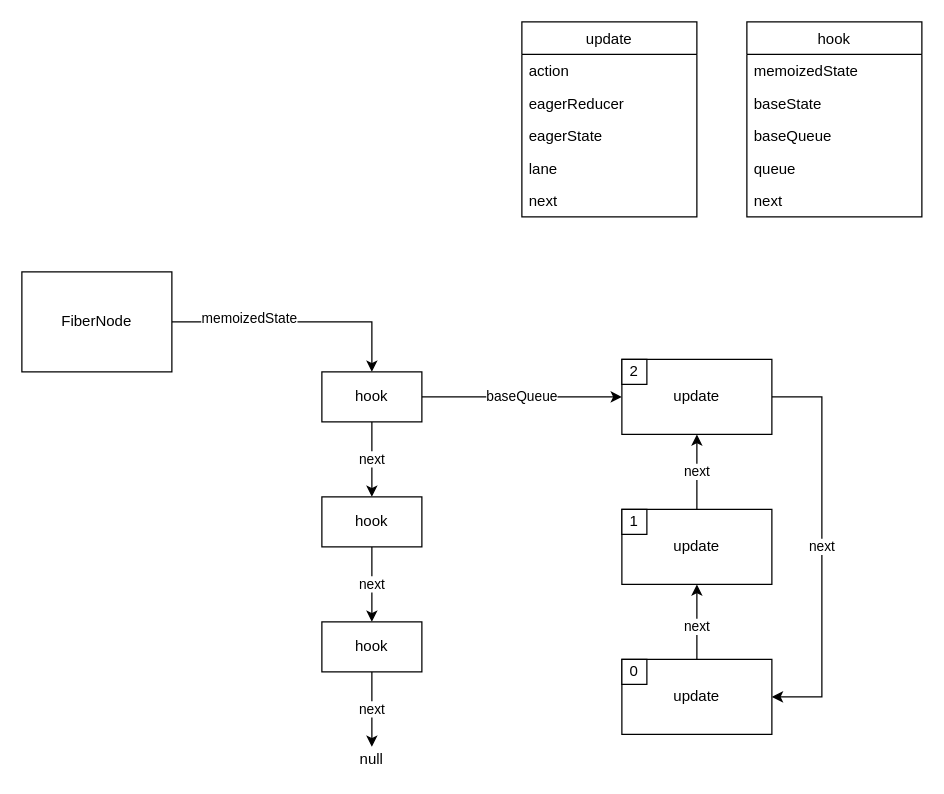
Before: react_hooks.drawio in jiubao/note, a draw.io diagram. Source tidied: cells renumbered, new cells numbered last; positions are measured from the earlier drawing's top-left corner, leaving out a move shared by most shapes. Both pictures are drawn from the tidied source at 125%, with x=0, y=0 at pixel (21, 21).
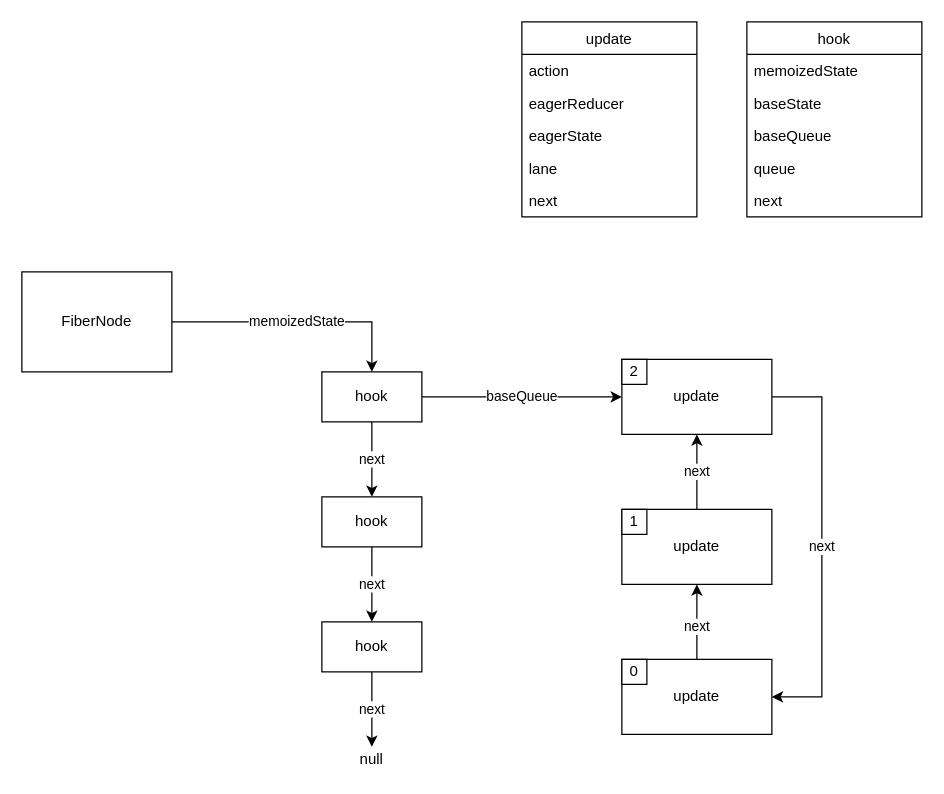
The same page after the edit.

Unchanged cells that the change refers to:
```xml
<mxCell id="4" value="FiberNode" style="rounded=0;whiteSpace=wrap;html=1;verticalAlign=middle;align=center;" parent="1" vertex="1">
  <mxGeometry y="200" width="120" height="80" as="geometry" />
</mxCell>
<mxCell id="7" value="hook" style="rounded=0;whiteSpace=wrap;html=1;fontColor=#000000;strokeColor=#000000;align=center;verticalAlign=middle;" parent="1" vertex="1">
  <mxGeometry x="240" y="280" width="80" height="40" as="geometry" />
</mxCell>
```

The edit, as a diff of the source:
```diff
@@
-    <mxCell id="2" style="edgeStyle=orthogonalEdgeStyle;rounded=0;jettySize=auto;html=1;entryX=0.5;entryY=0;entryDx=0;entryDy=0;fontColor=#000000;" parent="1" edge="1" source="4" target="7">
+    <mxCell id="2" value="memoizedState" style="edgeStyle=orthogonalEdgeStyle;rounded=0;jettySize=auto;html=1;entryX=0.5;entryY=0;entryDx=0;entryDy=0;fontColor=#000000;" parent="1" edge="1" source="4" target="7">
       <mxGeometry relative="1" as="geometry" />
     </mxCell>
-    <mxCell id="3" value="memoizedState" style="edgeLabel;html=1;align=center;verticalAlign=middle;fontColor=#000000;" parent="2" vertex="1">
-      <mxGeometry x="-0.39" y="4" relative="1" as="geometry" />
-    </mxCell>
```
